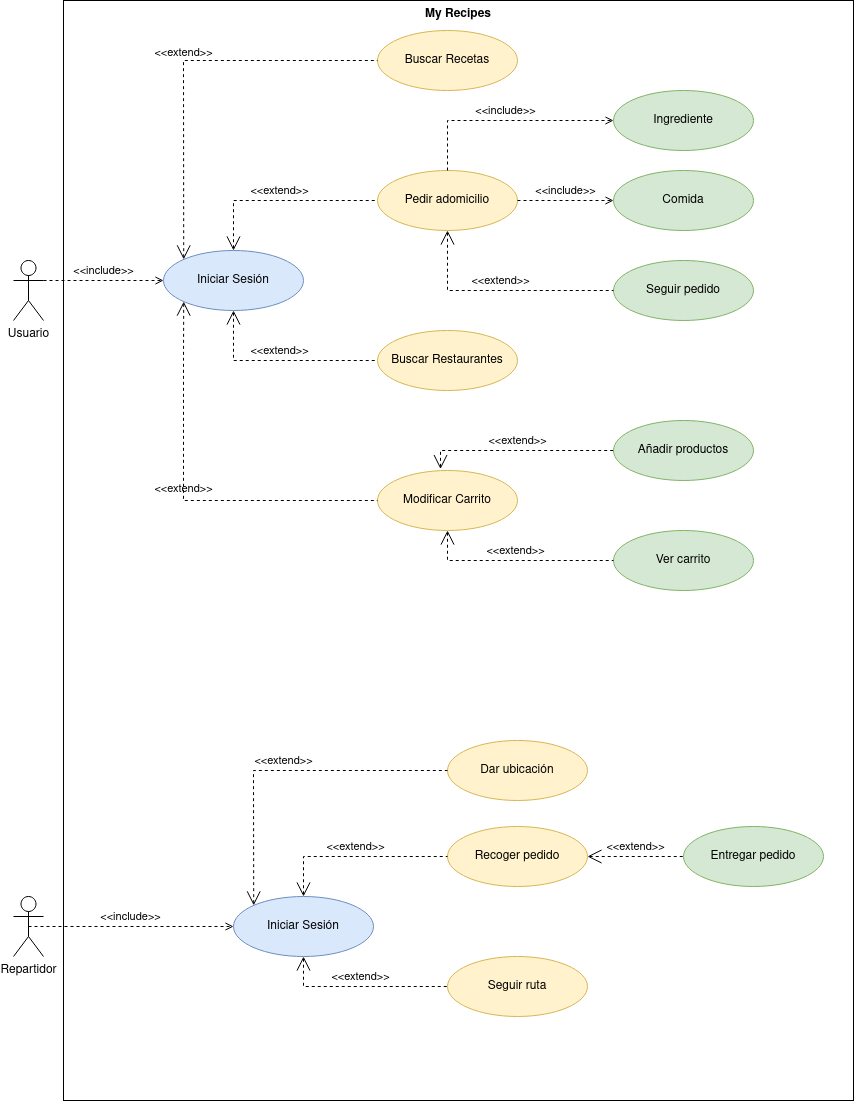
This is diagramas/Casos de Uso My Recipes.png from Gavila25/ProyectoRecetas, a draw.io export, as it was before one commit. Source tidied: cells renumbered, new cells last; positions are measured from the earlier drawing's top-left corner, leaving out a move shared by most shapes.
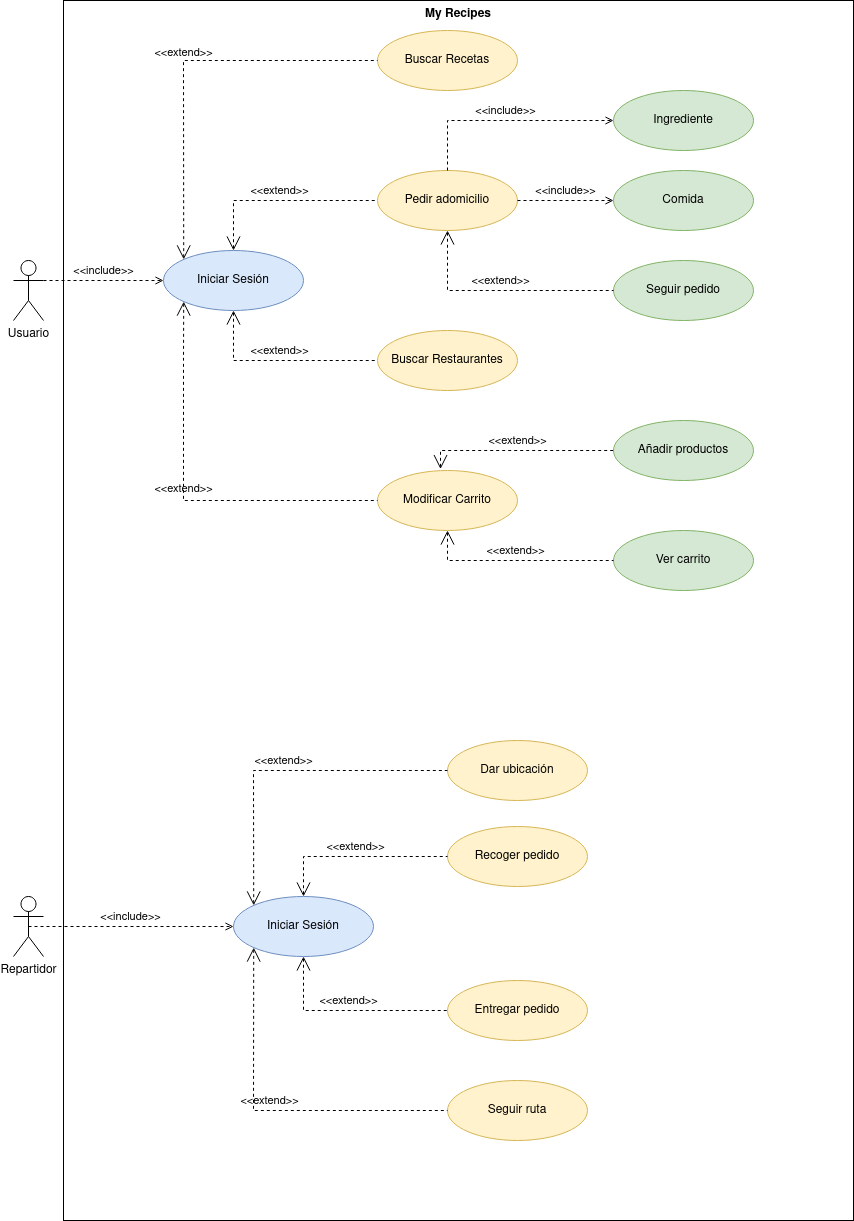
Later version of the same file.

Commit message:
Se cambio un fallo en el diagrama de clases del issue #48

Change to the diagram source:
```diff
@@ -3,7 +3,7 @@
     <mxCell id="0" />
     <mxCell id="1" parent="0" />
     <mxCell id="2" value="My Recipes" style="shape=rect;html=1;verticalAlign=top;fontStyle=1;whiteSpace=wrap;align=center;fillColor=none;" parent="1" vertex="1">
-      <mxGeometry x="50" width="790" height="1100" as="geometry" />
+      <mxGeometry x="50" width="790" height="1220" as="geometry" />
     </mxCell>
     <mxCell id="3" value="&lt;div&gt;Usuario&lt;/div&gt;&lt;div&gt;&lt;br&gt;&lt;/div&gt;" style="shape=umlActor;verticalLabelPosition=bottom;verticalAlign=top;html=1;outlineConnect=0;" parent="1" vertex="1">
       <mxGeometry y="260" width="30" height="60" as="geometry" />
@@ -105,7 +105,7 @@
       <mxGeometry x="434" y="826" width="140" height="60" as="geometry" />
     </mxCell>
     <mxCell id="25" value="Seguir ruta" style="ellipse;whiteSpace=wrap;html=1;fillColor=#fff2cc;strokeColor=#d6b656;" parent="1" vertex="1">
-      <mxGeometry x="434" y="956" width="140" height="60" as="geometry" />
+      <mxGeometry x="434" y="1080" width="140" height="60" as="geometry" />
     </mxCell>
     <mxCell id="26" value="&amp;lt;&amp;lt;extend&amp;gt;&amp;gt;" style="edgeStyle=none;html=1;startArrow=open;endArrow=none;startSize=12;verticalAlign=bottom;dashed=1;labelBackgroundColor=none;rounded=0;entryX=0;entryY=0.5;entryDx=0;entryDy=0;exitX=0.5;exitY=0;exitDx=0;exitDy=0;" parent="1" edge="1" source="21" target="24">
       <mxGeometry relative="1" as="geometry">
@@ -114,18 +114,22 @@
         </Array>
       </mxGeometry>
     </mxCell>
-    <mxCell id="27" value="&lt;div&gt;Entregar pedido&lt;/div&gt;" style="ellipse;whiteSpace=wrap;html=1;fillColor=#d5e8d4;strokeColor=#82b366;" parent="1" vertex="1">
-      <mxGeometry x="670" y="826" width="140" height="60" as="geometry" />
+    <mxCell id="27" value="&lt;div&gt;Entregar pedido&lt;/div&gt;" style="ellipse;whiteSpace=wrap;html=1;fillColor=#fff2cc;strokeColor=#d6b656;" parent="1" vertex="1">
+      <mxGeometry x="434" y="980" width="140" height="60" as="geometry" />
     </mxCell>
-    <mxCell id="28" value="&amp;lt;&amp;lt;extend&amp;gt;&amp;gt;" style="edgeStyle=none;html=1;startArrow=open;endArrow=none;startSize=12;verticalAlign=bottom;dashed=1;labelBackgroundColor=none;rounded=0;entryX=0;entryY=0.5;entryDx=0;entryDy=0;exitX=0.5;exitY=1;exitDx=0;exitDy=0;" parent="1" edge="1" source="21" target="25">
+    <mxCell id="28" value="&amp;lt;&amp;lt;extend&amp;gt;&amp;gt;" style="edgeStyle=none;html=1;startArrow=open;endArrow=none;startSize=12;verticalAlign=bottom;dashed=1;labelBackgroundColor=none;rounded=0;entryX=0;entryY=0.5;entryDx=0;entryDy=0;exitX=0;exitY=1;exitDx=0;exitDy=0;" parent="1" edge="1" source="21" target="25">
       <mxGeometry relative="1" as="geometry">
         <Array as="points">
-          <mxPoint x="290" y="986" />
+          <mxPoint x="240" y="1110" />
         </Array>
       </mxGeometry>
     </mxCell>
-    <mxCell id="29" value="&amp;lt;&amp;lt;extend&amp;gt;&amp;gt;" style="edgeStyle=none;html=1;startArrow=open;endArrow=none;startSize=12;verticalAlign=bottom;dashed=1;labelBackgroundColor=none;rounded=0;exitX=1;exitY=0.5;exitDx=0;exitDy=0;entryX=0;entryY=0.5;entryDx=0;entryDy=0;" parent="1" edge="1" source="24" target="27">
-      <mxGeometry relative="1" as="geometry" />
+    <mxCell id="29" value="&amp;lt;&amp;lt;extend&amp;gt;&amp;gt;" style="edgeStyle=none;html=1;startArrow=open;endArrow=none;startSize=12;verticalAlign=bottom;dashed=1;labelBackgroundColor=none;rounded=0;exitX=0.5;exitY=1;exitDx=0;exitDy=0;entryX=0;entryY=0.5;entryDx=0;entryDy=0;" parent="1" edge="1" source="21" target="27">
+      <mxGeometry relative="1" as="geometry">
+        <Array as="points">
+          <mxPoint x="290" y="1010" />
+        </Array>
+      </mxGeometry>
     </mxCell>
     <mxCell id="30" value="&amp;lt;&amp;lt;include&amp;gt;&amp;gt;" style="edgeStyle=none;html=1;endArrow=open;verticalAlign=bottom;dashed=1;labelBackgroundColor=none;rounded=0;exitX=0.5;exitY=0;exitDx=0;exitDy=0;entryX=0;entryY=0.5;entryDx=0;entryDy=0;" parent="1" edge="1" source="8" target="31">
       <mxGeometry relative="1" as="geometry">
```
